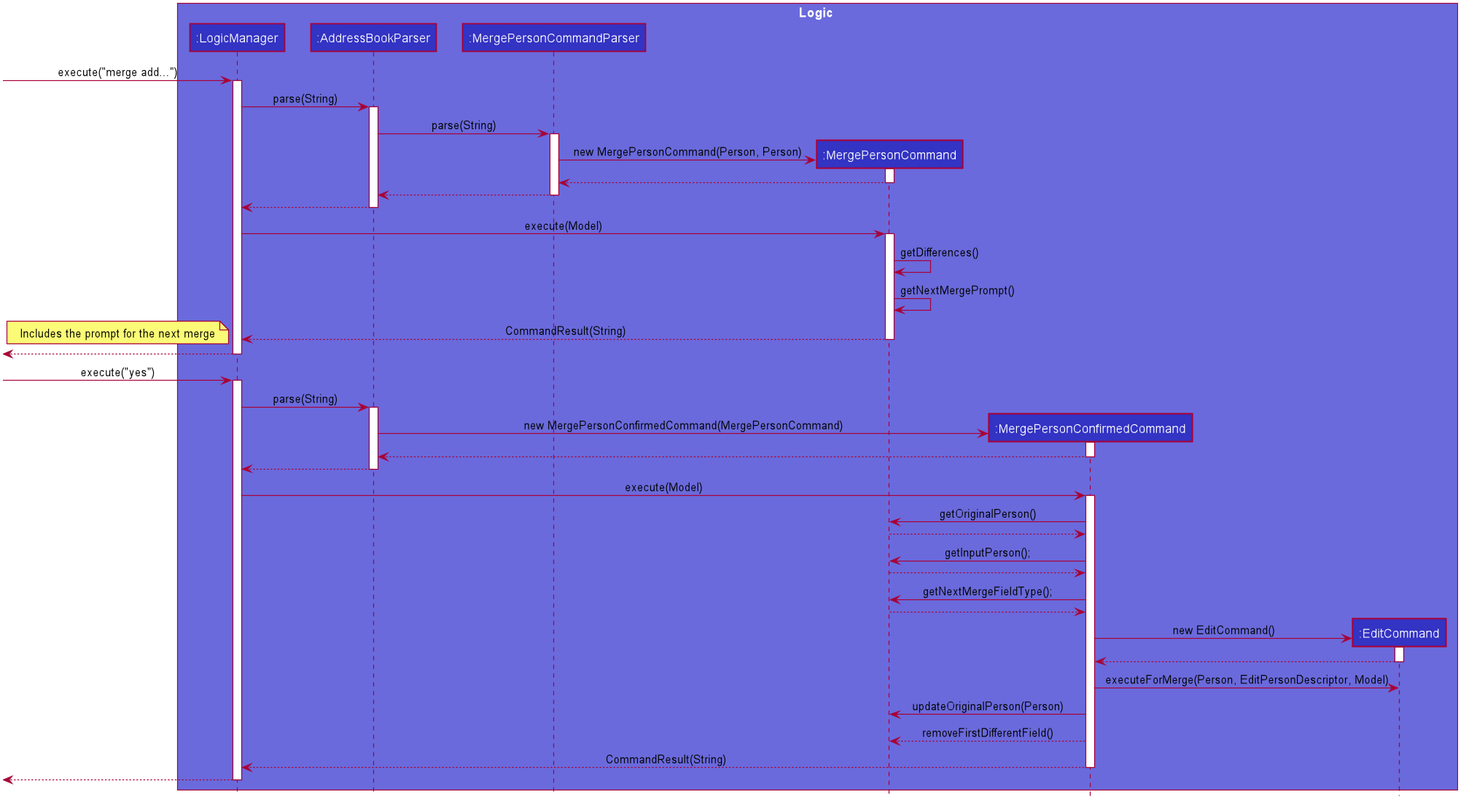
This is docs/images/MergeSequenceDiagram.png from nus-cs2103-AY1920S1/addressbook-level3, a PlantUML export, as it was before one commit. The source it was exported from:
```plantuml
@startuml








skinparam BackgroundColor #FFFFFFF

skinparam Shadowing false

skinparam Class {
    FontColor #FFFFFF
    BorderThickness 1
    BorderColor #FFFFFF
    StereotypeFontColor #FFFFFF
    FontName Arial
}

skinparam Actor {
    BorderColor #000000
    Color #000000
    FontName Arial
}

skinparam Sequence {
    MessageAlign center
    BoxFontSize 15
    BoxPadding 0
    BoxFontColor #FFFFFF
    FontName Arial
}

skinparam Participant {
    FontColor #FFFFFFF
    Padding 20
}

skinparam MinClassWidth 50
skinparam ParticipantPadding 10
skinparam Shadowing false
skinparam DefaultTextAlignment center
skinparam packageStyle Rectangle

hide footbox
hide members
hide circle

box Logic #6A6ADC
participant ":LogicManager" as LogicManager #3333C4
participant ":AddressBookParser" as AddressBookParser #3333C4
participant ":MergePersonCommandParser" as MergePersonCommandParser #3333C4
participant ":MergePersonCommand" as MergePersonCommand #3333C4
participant ":MergePersonConfirmedCommand" as MergePersonConfirmedCommand #3333C4
participant ":EditCommand" as EditCommand #3333C4
end box

[->LogicManager: execute("merge add...")
activate LogicManager
LogicManager -> AddressBookParser: parse(String)
activate AddressBookParser
AddressBookParser -> MergePersonCommandParser: parse(String)
activate MergePersonCommandParser
create MergePersonCommand
MergePersonCommandParser -> MergePersonCommand: new MergePersonCommand(Person, Person)
activate MergePersonCommand
MergePersonCommand --> MergePersonCommandParser
deactivate MergePersonCommand
MergePersonCommandParser --> AddressBookParser
deactivate MergePersonCommandParser
AddressBookParser --> LogicManager
deactivate AddressBookParser
LogicManager -> MergePersonCommand: execute(Model)
activate MergePersonCommand
MergePersonCommand -> MergePersonCommand: getDifferences()
MergePersonCommand -> MergePersonCommand: getNextMergePrompt()
MergePersonCommand --> LogicManager: CommandResult(String)
note left
Includes the prompt for the next merge
end note
deactivate MergePersonCommand
<-- LogicManager
deactivate LogicManager

[->LogicManager: execute("yes")
activate LogicManager
LogicManager -> AddressBookParser: parse(String)
activate AddressBookParser
create MergePersonConfirmedCommand
AddressBookParser -> MergePersonConfirmedCommand: new MergePersonConfirmedCommand(MergePersonCommand)
activate MergePersonConfirmedCommand
MergePersonConfirmedCommand --> AddressBookParser
deactivate MergePersonConfirmedCommand
AddressBookParser --> LogicManager
deactivate AddressBookParser
LogicManager -> MergePersonConfirmedCommand: execute(Model)
activate MergePersonConfirmedCommand
MergePersonConfirmedCommand -> MergePersonCommand: getOriginalPerson()
MergePersonCommand --> MergePersonConfirmedCommand
MergePersonConfirmedCommand -> MergePersonCommand: getInputPerson();
MergePersonCommand --> MergePersonConfirmedCommand
MergePersonConfirmedCommand -> MergePersonCommand: getNextMergeFieldType();
MergePersonCommand --> MergePersonConfirmedCommand
create EditCommand
MergePersonConfirmedCommand -> EditCommand: new EditCommand()
activate EditCommand
EditCommand --> MergePersonConfirmedCommand
deactivate EditCommand
MergePersonConfirmedCommand -> EditCommand: executeForMerge(Person, EditPersonDescriptor, Model)
MergePersonConfirmedCommand -> MergePersonCommand: updateOriginalPerson(Person)
MergePersonConfirmedCommand --> MergePersonCommand: removeFirstDifferentField()
MergePersonConfirmedCommand --> LogicManager: CommandResult(String)
deactivate MergePersonConfirmedCommand
<-- LogicManager
deactivate LogicManager

@enduml
```
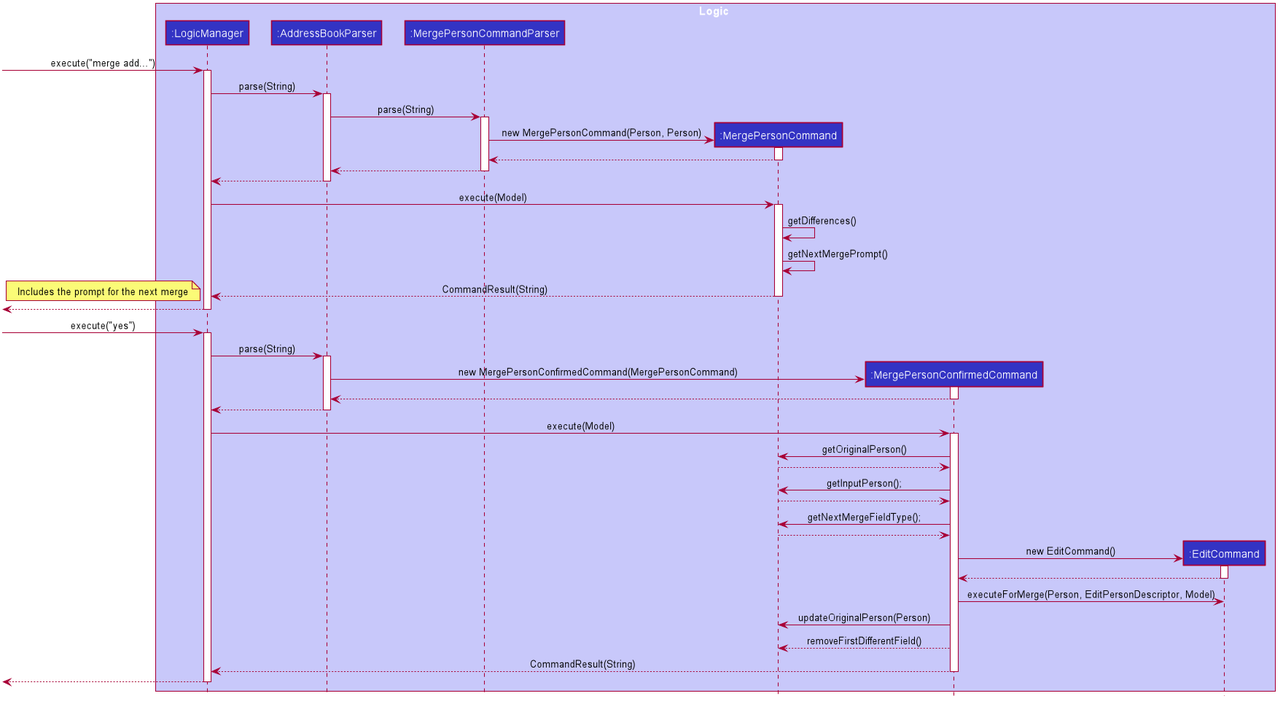
After the change.

Commit message:
Change colour for merge sequence diagram

Diff of the diagram source:
```diff
@@ -48,7 +48,7 @@
 hide members
 hide circle
 
-box Logic #6A6ADC
+box Logic #C8C8FA
 participant ":LogicManager" as LogicManager #3333C4
 participant ":AddressBookParser" as AddressBookParser #3333C4
 participant ":MergePersonCommandParser" as MergePersonCommandParser #3333C4
```
